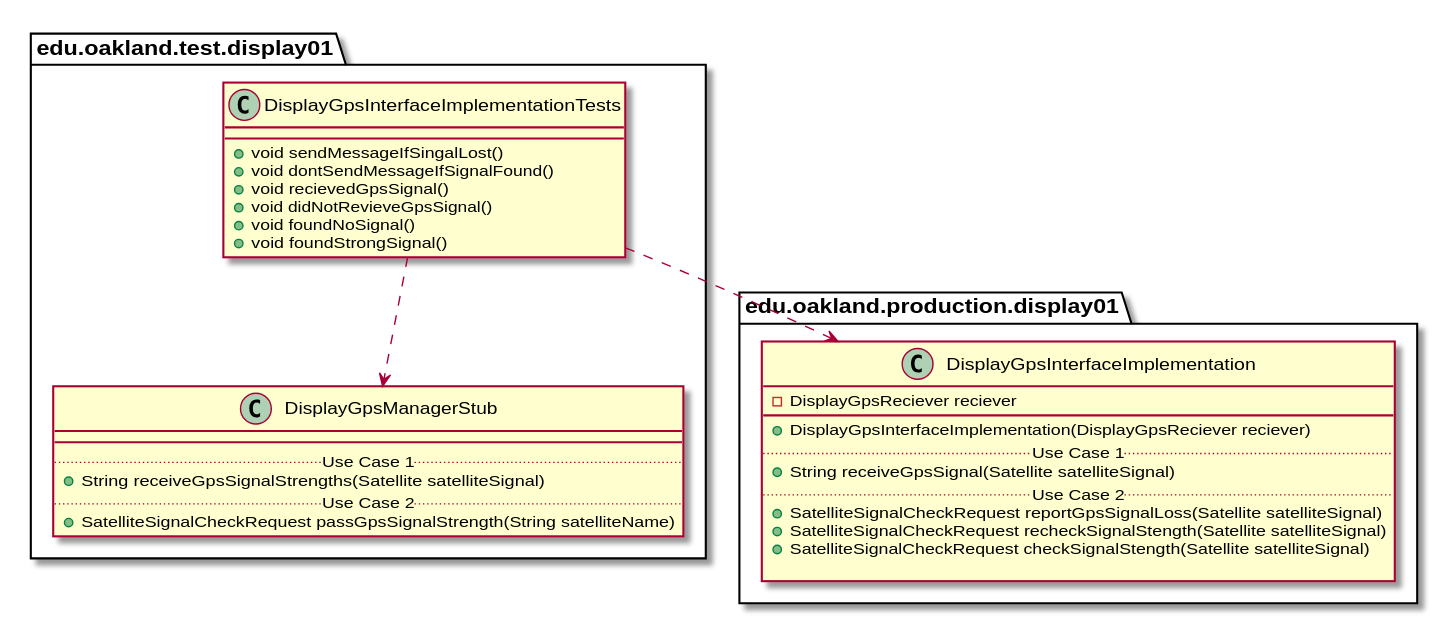
andrewdimmer/csi-3370-software-project keeps this PlantUML diagram as docs/uml-class-diagrams/display01/test/DisplayGpsInterfaceImplementationTests/DisplayGpsInterfaceImplementationTests_DirectDependencies.svg. Above is the earlier version.
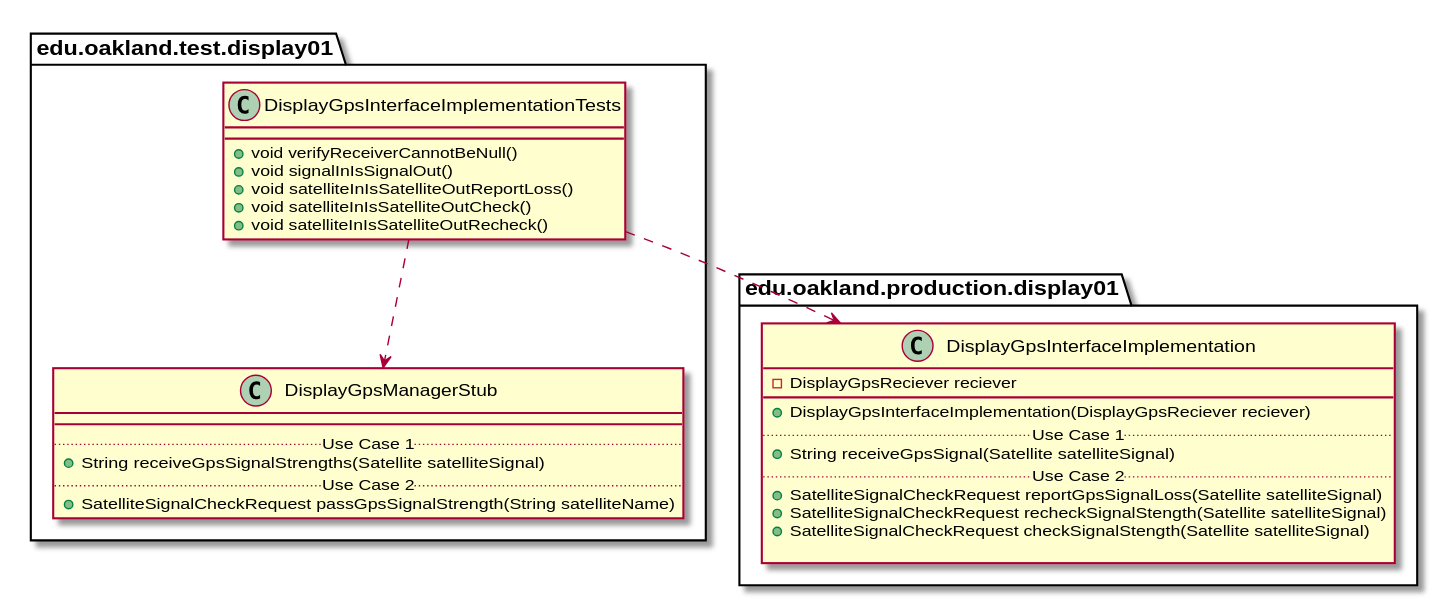
Later version of the same file.

Change to the diagram source:
```diff
@@ -3,12 +3,11 @@
 
 package edu.oakland.test.display01 {
     class DisplayGpsInterfaceImplementationTests {
-      + void sendMessageIfSingalLost()
-      + void dontSendMessageIfSignalFound()
-      + void recievedGpsSignal()
-      + void didNotRevieveGpsSignal()
-      + void foundNoSignal()
-      + void foundStrongSignal()
+      + void verifyReceiverCannotBeNull()
+      + void signalInIsSignalOut()
+      + void satelliteInIsSatelliteOutReportLoss()
+      + void satelliteInIsSatelliteOutCheck()
+      + void satelliteInIsSatelliteOutRecheck()
     }
 }
 
```
